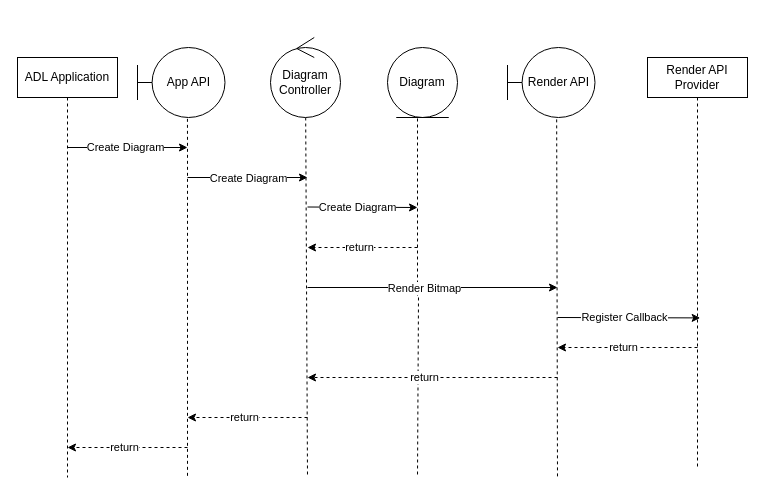
Earlier version of the draw.io diagram Create Diagram.drawio (phunm211/SW-Associate-Architecture). Source tidied: cells renumbered, new cells numbered last; positions are measured from the earlier drawing's top-left corner, leaving out a move shared by most shapes. Both pictures are drawn from the tidied source at 100%, with x=0, y=0 at pixel (17, 37).
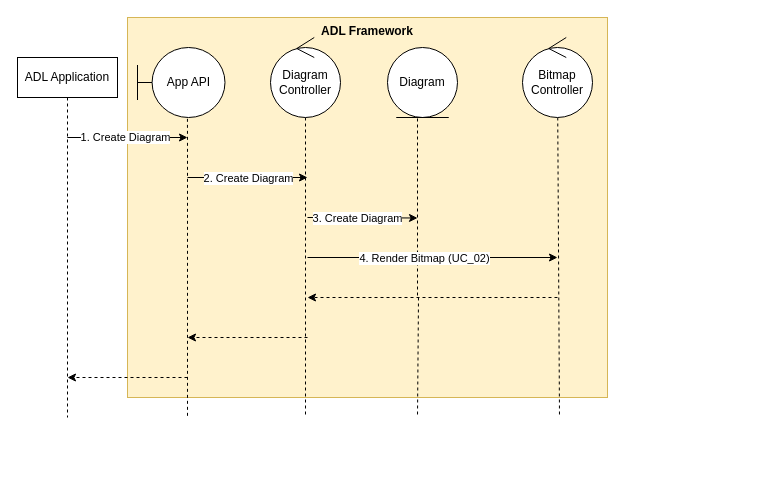
Above is the later version.

Unchanged cells that the change refers to:
```xml
<mxCell id="6" value="Diagram Controller" style="ellipse;shape=umlControl;whiteSpace=wrap;html=1;" parent="1" vertex="1">
  <mxGeometry x="253" width="70" height="80" as="geometry" />
</mxCell>
<mxCell id="8" value="App API" style="shape=umlBoundary;whiteSpace=wrap;html=1;" parent="1" vertex="1">
  <mxGeometry x="120" y="10" width="87.5" height="70" as="geometry" />
</mxCell>
```

What changed in the source:
```diff
@@
+    <mxCell id="32" value="&lt;b&gt;ADL Framework&lt;/b&gt;" style="rounded=0;whiteSpace=wrap;html=1;verticalAlign=top;fillColor=#fff2cc;strokeColor=#d6b656;" parent="1" vertex="1">
+      <mxGeometry x="110" y="-20" width="480" height="380" as="geometry" />
+    </mxCell>
     <mxCell id="2" style="edgeStyle=orthogonalEdgeStyle;rounded=0;orthogonalLoop=1;jettySize=auto;html=1;curved=0;" parent="1" edge="1">
       <mxGeometry relative="1" as="geometry">
-        <mxPoint x="49.8" y="110" as="sourcePoint" />
-        <mxPoint x="170" y="110" as="targetPoint" />
+        <mxPoint x="49.8" y="100" as="sourcePoint" />
+        <mxPoint x="170" y="100" as="targetPoint" />
         <Array as="points">
-          <mxPoint x="170" y="110" />
+          <mxPoint x="170" y="100" />
         </Array>
       </mxGeometry>
     </mxCell>
-    <mxCell id="3" value="Create Diagram" style="edgeLabel;html=1;align=center;verticalAlign=middle;" parent="2" vertex="1">
+    <mxCell id="3" value="1. Create Diagram" style="edgeLabel;html=1;align=center;verticalAlign=middle;" parent="2" vertex="1">
       <mxGeometry x="-0.03" y="1" relative="1" as="geometry" />
     </mxCell>
     <mxCell id="4" value="ADL Application" style="shape=umlLifeline;perimeter=lifelinePerimeter;whiteSpace=wrap;html=1;newEdgeStyle={&quot;curved&quot;:0,&quot;rounded&quot;:0};" parent="1" vertex="1">
-      <mxGeometry y="20" width="100" height="420" as="geometry" />
+      <mxGeometry y="20" width="100" height="360" as="geometry" />
     </mxCell>
     <mxCell id="5" style="rounded=0;jettySize=auto;html=1;dashed=1;endArrow=none;endFill=0;" parent="1" edge="1" source="6">
       <mxGeometry relative="1" as="geometry">
-        <mxPoint x="290" y="440" as="targetPoint" />
+        <mxPoint x="288" y="380" as="targetPoint" />
       </mxGeometry>
     </mxCell>
@@
     <mxCell id="7" style="rounded=0;jettySize=auto;html=1;endArrow=none;endFill=0;dashed=1;exitX=0.571;exitY=1.019;exitDx=0;exitDy=0;exitPerimeter=0;" parent="1" edge="1" source="8">
       <mxGeometry relative="1" as="geometry">
-        <mxPoint x="170" y="440" as="targetPoint" />
+        <mxPoint x="170" y="380" as="targetPoint" />
         <Array as="points">
           <mxPoint x="170" y="110" />
         </Array>
       </mxGeometry>
     </mxCell>
@@
     <mxCell id="9" style="edgeStyle=orthogonalEdgeStyle;rounded=0;orthogonalLoop=1;jettySize=auto;html=1;exitX=0.5;exitY=1;exitDx=0;exitDy=0;dashed=1;endArrow=none;endFill=0;" parent="1" edge="1">
       <mxGeometry relative="1" as="geometry">
         <mxPoint x="405" y="80" as="sourcePoint" />
-        <mxPoint x="400" y="440" as="targetPoint" />
+        <mxPoint x="400" y="380" as="targetPoint" />
         <Array as="points">
           <mxPoint x="400" y="80" />
           <mxPoint x="400" y="260" />
           <mxPoint x="401" y="440" />
         </Array>
       </mxGeometry>
     </mxCell>
@@
-    <mxCell id="11" style="rounded=0;jettySize=auto;html=1;endArrow=none;endFill=0;dashed=1;exitX=0.562;exitY=1.027;exitDx=0;exitDy=0;exitPerimeter=0;" parent="1" edge="1" source="12">
-      <mxGeometry relative="1" as="geometry">
-        <mxPoint x="540" y="440" as="targetPoint" />
-      </mxGeometry>
-    </mxCell>
-    <mxCell id="12" value="Render API" style="shape=umlBoundary;whiteSpace=wrap;html=1;" parent="1" vertex="1">
-      <mxGeometry x="490" y="10" width="87.5" height="70" as="geometry" />
-    </mxCell>
-    <mxCell id="13" value="Render API Provider" style="shape=umlLifeline;perimeter=lifelinePerimeter;whiteSpace=wrap;html=1;newEdgeStyle={&quot;curved&quot;:0,&quot;rounded&quot;:0};" parent="1" vertex="1">
-      <mxGeometry x="630" y="20" width="100" height="410" as="geometry" />
-    </mxCell>
@@
-    <mxCell id="15" value="Create Diagram" style="edgeLabel;html=1;align=center;verticalAlign=middle;" parent="1" vertex="1">
+    <mxCell id="15" value="2. Create Diagram" style="edgeLabel;html=1;align=center;verticalAlign=middle;" parent="1" vertex="1">
       <mxGeometry x="230" y="140" as="geometry" />
     </mxCell>
     <mxCell id="16" style="endArrow=classic;html=1;rounded=0;" parent="1" edge="1">
       <mxGeometry relative="1" as="geometry">
-        <mxPoint x="290" y="169.5" as="sourcePoint" />
-        <mxPoint x="400" y="170" as="targetPoint" />
+        <mxPoint x="290" y="180" as="sourcePoint" />
+        <mxPoint x="400" y="180.5" as="targetPoint" />
       </mxGeometry>
     </mxCell>
-    <mxCell id="17" value="Create Diagram" style="edgeLabel;html=1;align=center;verticalAlign=middle;" parent="16" vertex="1">
+    <mxCell id="17" value="3. Create Diagram" style="edgeLabel;html=1;align=center;verticalAlign=middle;" parent="16" vertex="1">
       <mxGeometry x="-0.33" y="-1" relative="1" as="geometry">
         <mxPoint x="13" y="-1" as="offset" />
       </mxGeometry>
     </mxCell>
-    <mxCell id="18" style="endArrow=classic;html=1;rounded=0;dashed=1;" parent="1" edge="1">
-      <mxGeometry relative="1" as="geometry">
-        <mxPoint x="400" y="210" as="sourcePoint" />
-        <mxPoint x="290" y="210" as="targetPoint" />
-      </mxGeometry>
-    </mxCell>
-    <mxCell id="19" value="return" style="edgeLabel;html=1;align=center;verticalAlign=middle;" parent="18" vertex="1">
-      <mxGeometry x="0.07" y="-1" relative="1" as="geometry" />
-    </mxCell>
     <mxCell id="20" style="endArrow=classic;html=1;rounded=0;" parent="1" edge="1">
       <mxGeometry relative="1" as="geometry">
-        <mxPoint x="290" y="250" as="sourcePoint" />
-        <mxPoint x="540" y="250" as="targetPoint" />
+        <mxPoint x="290" y="220" as="sourcePoint" />
+        <mxPoint x="540" y="220" as="targetPoint" />
       </mxGeometry>
     </mxCell>
-    <mxCell id="21" value="Render Bitmap" style="edgeLabel;html=1;align=center;verticalAlign=middle;" parent="20" vertex="1">
+    <mxCell id="21" value="4. Render Bitmap (UC_02)" style="edgeLabel;html=1;align=center;verticalAlign=middle;" parent="20" vertex="1">
       <mxGeometry x="-0.33" y="-1" relative="1" as="geometry">
         <mxPoint x="32" y="-1" as="offset" />
       </mxGeometry>
     </mxCell>
-    <mxCell id="22" style="endArrow=classic;html=1;rounded=0;entryX=0.527;entryY=0.838;entryDx=0;entryDy=0;entryPerimeter=0;" parent="1" edge="1">
-      <mxGeometry relative="1" as="geometry">
-        <mxPoint x="540" y="280" as="sourcePoint" />
-        <mxPoint x="682.7" y="280.4" as="targetPoint" />
-      </mxGeometry>
-    </mxCell>
-    <mxCell id="23" value="Register Callback" style="edgeLabel;html=1;align=center;verticalAlign=middle;" parent="22" vertex="1">
-      <mxGeometry x="-0.36" y="1" relative="1" as="geometry">
-        <mxPoint x="20" as="offset" />
-      </mxGeometry>
-    </mxCell>
-    <mxCell id="24" style="endArrow=classic;html=1;rounded=0;dashed=1;" parent="1" edge="1">
-      <mxGeometry relative="1" as="geometry">
-        <mxPoint x="680" y="310" as="sourcePoint" />
-        <mxPoint x="540" y="310" as="targetPoint" />
-      </mxGeometry>
-    </mxCell>
-    <mxCell id="25" value="return" style="edgeLabel;html=1;align=center;verticalAlign=middle;" parent="24" vertex="1">
-      <mxGeometry x="0.07" y="-1" relative="1" as="geometry" />
-    </mxCell>
-    <mxCell id="26" style="endArrow=classic;html=1;rounded=0;dashed=1;" parent="1" edge="1">
-      <mxGeometry relative="1" as="geometry">
-        <mxPoint x="540" y="340" as="sourcePoint" />
-        <mxPoint x="290" y="340" as="targetPoint" />
-      </mxGeometry>
-    </mxCell>
-    <mxCell id="27" value="return" style="edgeLabel;html=1;align=center;verticalAlign=middle;" parent="26" vertex="1">
-      <mxGeometry x="0.07" y="-1" relative="1" as="geometry" />
-    </mxCell>
-    <mxCell id="28" style="endArrow=classic;html=1;rounded=0;dashed=1;" parent="1" edge="1">
-      <mxGeometry relative="1" as="geometry">
-        <mxPoint x="290" y="380" as="sourcePoint" />
-        <mxPoint x="170" y="380" as="targetPoint" />
-      </mxGeometry>
-    </mxCell>
-    <mxCell id="29" value="return" style="edgeLabel;html=1;align=center;verticalAlign=middle;" parent="28" vertex="1">
-      <mxGeometry x="0.07" y="-1" relative="1" as="geometry" />
-    </mxCell>
-    <mxCell id="30" style="endArrow=classic;html=1;rounded=0;dashed=1;" parent="1" edge="1">
-      <mxGeometry relative="1" as="geometry">
-        <mxPoint x="170" y="410" as="sourcePoint" />
-        <mxPoint x="50" y="410" as="targetPoint" />
-      </mxGeometry>
-    </mxCell>
-    <mxCell id="31" value="return" style="edgeLabel;html=1;align=center;verticalAlign=middle;" parent="30" vertex="1">
-      <mxGeometry x="0.07" y="-1" relative="1" as="geometry" />
-    </mxCell>
+    <mxCell id="33" style="rounded=0;jettySize=auto;html=1;dashed=1;endArrow=none;endFill=0;" parent="1" edge="1" source="34">
+      <mxGeometry relative="1" as="geometry">
+        <mxPoint x="542" y="380" as="targetPoint" />
+      </mxGeometry>
+    </mxCell>
+    <mxCell id="34" value="Bitmap Controller" style="ellipse;shape=umlControl;whiteSpace=wrap;html=1;" parent="1" vertex="1">
+      <mxGeometry x="505" width="70" height="80" as="geometry" />
+    </mxCell>
+    <mxCell id="35" style="endArrow=classic;html=1;rounded=0;dashed=1;" parent="1" edge="1">
+      <mxGeometry relative="1" as="geometry">
+        <mxPoint x="540" y="260" as="sourcePoint" />
+        <mxPoint x="290" y="260" as="targetPoint" />
+      </mxGeometry>
+    </mxCell>
+    <mxCell id="36" style="endArrow=classic;html=1;rounded=0;dashed=1;" parent="1" edge="1">
+      <mxGeometry relative="1" as="geometry">
+        <mxPoint x="290" y="300" as="sourcePoint" />
+        <mxPoint x="170" y="300" as="targetPoint" />
+      </mxGeometry>
+    </mxCell>
+    <mxCell id="37" style="endArrow=classic;html=1;rounded=0;dashed=1;" parent="1" edge="1">
+      <mxGeometry relative="1" as="geometry">
+        <mxPoint x="170" y="340" as="sourcePoint" />
+        <mxPoint x="50" y="340" as="targetPoint" />
+      </mxGeometry>
+    </mxCell>
```
